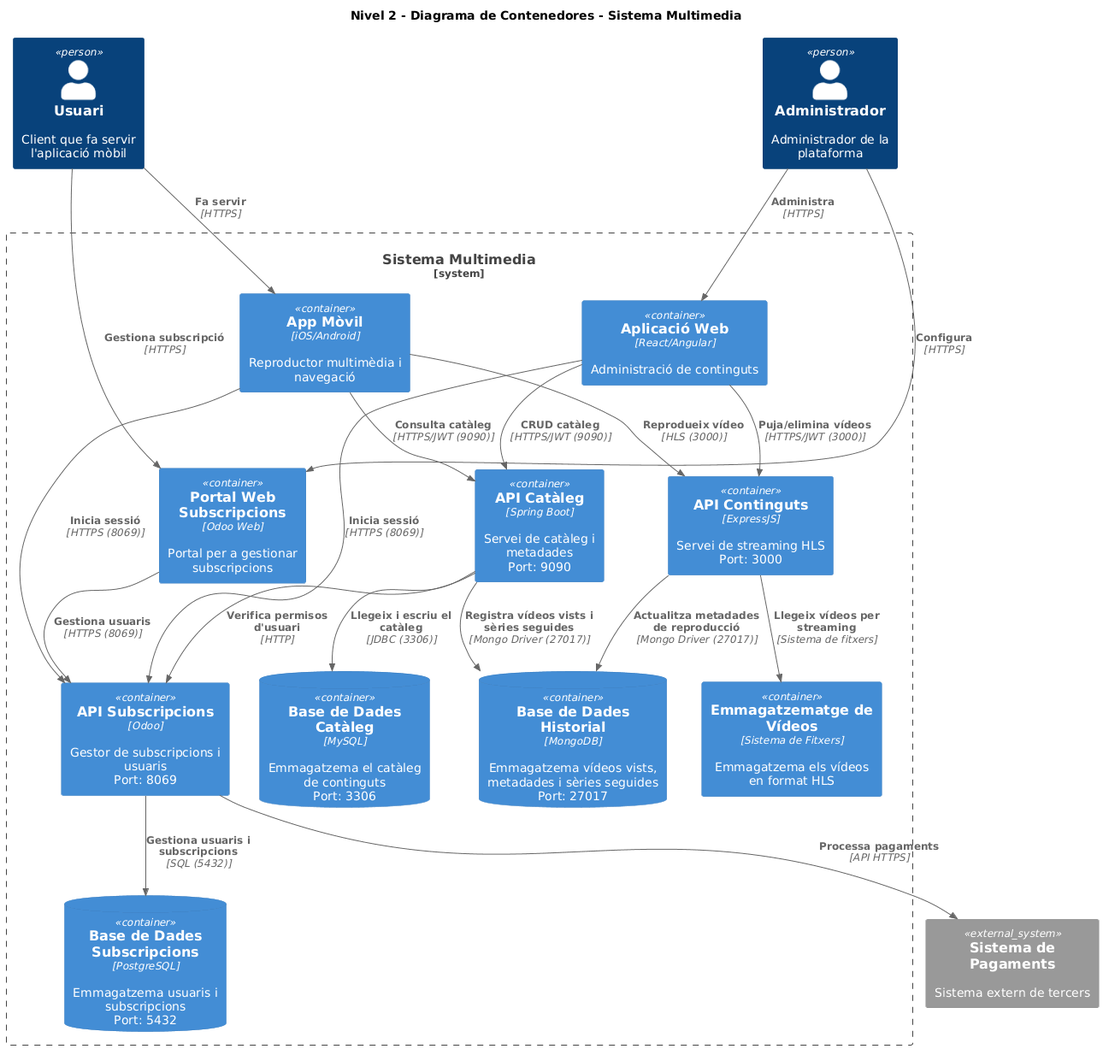
Earlier version of the PlantUML export Sprint1/Diagramas C4/C4-2.png (jonimax11000/ProjecteIntermodular). The source it was exported from:
```plantuml
@startuml
!include <C4/C4_Container>

title Nivel 2 - Diagrama de Contenedores - Sistema Multimedia

Person(usuari, "Usuari", "Client que fa servir l'aplicació mòbil")
Person(administrador, "Administrador", "Administrador de la plataforma")

System_Boundary(sistema_multimedia, "Sistema Multimedia") {
    Container(app_movil, "App Mòvil", "iOS/Android", "Reproductor multimèdia i navegació")
    Container(aplicacio_web, "Aplicació Web", "React/Angular", "Administració de continguts")
    Container(portal_web, "Portal Web Subscripcions", "Odoo Web", "Portal per a gestionar subscripcions")

    Container(api_cataleg, "API Catàleg", "Spring Boot", "Servei de catàleg i metadades\nPort: 9090")
    Container(api_continguts, "API Continguts", "ExpressJS", "Servei de streaming HLS\nPort: 3000")
    Container(api_subscripcions, "API Subscripcions", "Odoo", "Gestor de subscripcions i usuaris\nPort: 8069")

    ContainerDb(mysql_db, "Base de Dades Catàleg", "MySQL", "Emmagatzema el catàleg de continguts\nPort: 3306")
    ContainerDb(postgres_db, "Base de Dades Subscripcions", "PostgreSQL", "Emmagatzema usuaris i subscripcions\nPort: 5432")
    ContainerDb(mongodb_db, "Base de Dades Historial", "MongoDB", "Emmagatzema vídeos vists, metadades i sèries seguides\nPort: 27017")

    Container(internal_videos, "Emmagatzematge de Vídeos", "Sistema de Fitxers", "Emmagatzema els vídeos en format HLS")
}

System_Ext(sistema_pagaments, "Sistema de Pagaments", "Sistema extern de tercers")

Rel(usuari, app_movil, "Fa servir", "HTTPS")
Rel(usuari, portal_web, "Gestiona subscripció", "HTTPS")
Rel(administrador, aplicacio_web, "Administra", "HTTPS")
Rel(administrador, portal_web, "Configura", "HTTPS")

Rel(app_movil, api_cataleg, "Consulta catàleg", "HTTPS/JWT (9090)")
Rel(app_movil, api_continguts, "Reprodueix vídeo", "HLS (3000)")
Rel(app_movil, api_subscripcions, "Inicia sessió", "HTTPS (8069)")

Rel(aplicacio_web, api_cataleg, "CRUD catàleg", "HTTPS/JWT (9090)")
Rel(aplicacio_web, api_continguts, "Puja/elimina vídeos", "HTTPS/JWT (3000)")
Rel(aplicacio_web, api_subscripcions, "Inicia sessió", "HTTPS (8069)")

Rel(portal_web, api_subscripcions, "Gestiona usuaris", "HTTPS (8069)")

Rel(api_cataleg, mysql_db, "Llegeix i escriu el catàleg", "JDBC (3306)")
Rel(api_cataleg, mongodb_db, "Registra vídeos vists i sèries seguides", "Mongo Driver (27017)")

Rel(api_continguts, internal_videos, "Llegeix vídeos per streaming", "Sistema de fitxers")
Rel(api_continguts, mongodb_db, "Actualitza metadades de reproducció", "Mongo Driver (27017)")

Rel(api_subscripcions, postgres_db, "Gestiona usuaris i subscripcions", "SQL (5432)")
Rel(api_subscripcions, sistema_pagaments, "Processa pagaments", "API HTTPS")

Rel(api_cataleg, api_subscripcions, "Verifica permisos d'usuari", "HTTP")
@enduml
```
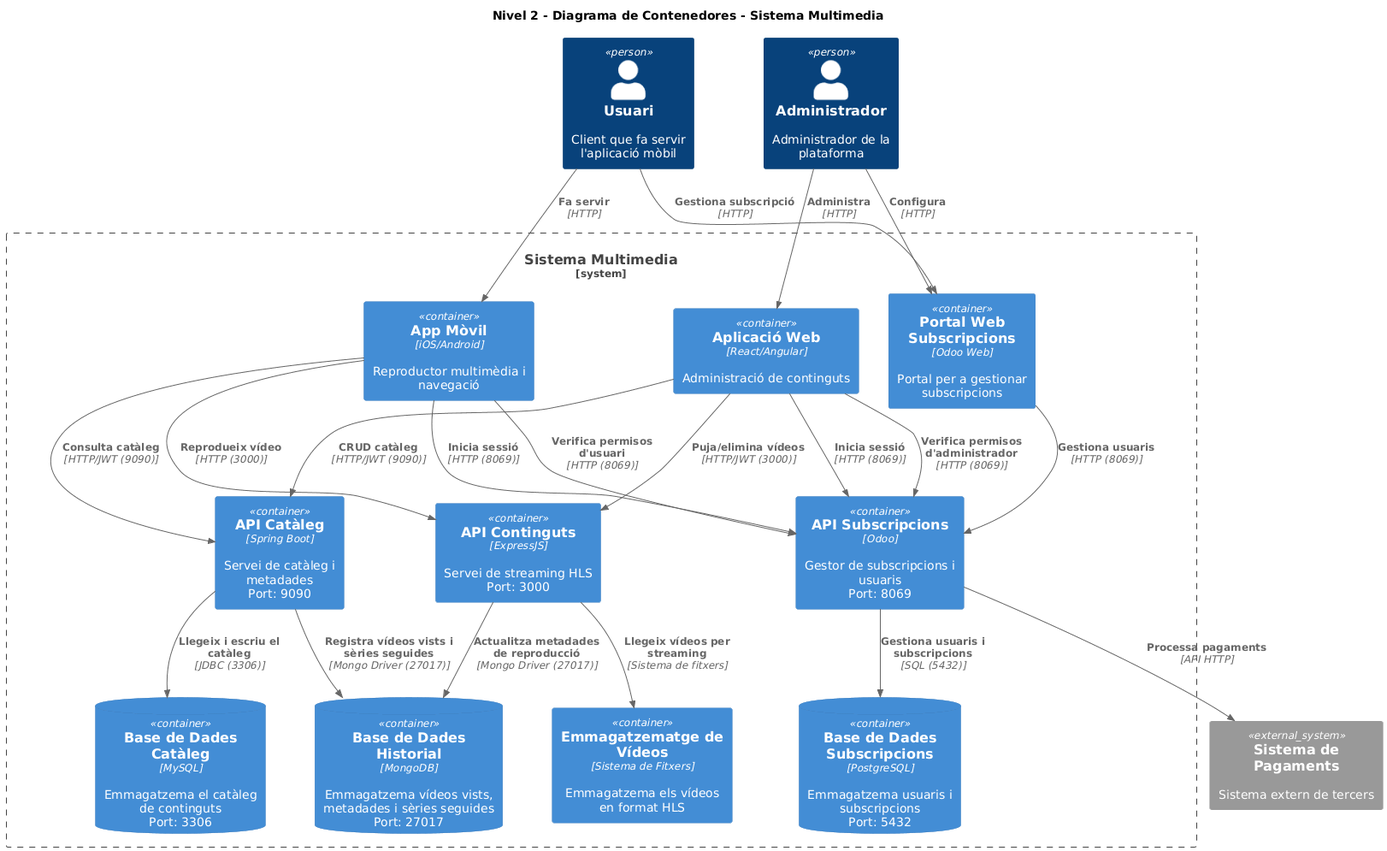
The same file after the commit.

Commit message:
modificación diagrama C4 nivel 2

Diff of the diagram source:
```diff
@@ -24,20 +24,20 @@
 
 System_Ext(sistema_pagaments, "Sistema de Pagaments", "Sistema extern de tercers")
 
-Rel(usuari, app_movil, "Fa servir", "HTTPS")
-Rel(usuari, portal_web, "Gestiona subscripció", "HTTPS")
-Rel(administrador, aplicacio_web, "Administra", "HTTPS")
-Rel(administrador, portal_web, "Configura", "HTTPS")
+Rel(usuari, app_movil, "Fa servir", "HTTP")
+Rel(usuari, portal_web, "Gestiona subscripció", "HTTP")
+Rel(administrador, aplicacio_web, "Administra", "HTTP")
+Rel(administrador, portal_web, "Configura", "HTTP")
 
-Rel(app_movil, api_cataleg, "Consulta catàleg", "HTTPS/JWT (9090)")
-Rel(app_movil, api_continguts, "Reprodueix vídeo", "HLS (3000)")
-Rel(app_movil, api_subscripcions, "Inicia sessió", "HTTPS (8069)")
+Rel(app_movil, api_cataleg, "Consulta catàleg", "HTTP/JWT (9090)")
+Rel(app_movil, api_continguts, "Reprodueix vídeo", "HTTP (3000)")
+Rel(app_movil, api_subscripcions, "Inicia sessió", "HTTP (8069)")
 
-Rel(aplicacio_web, api_cataleg, "CRUD catàleg", "HTTPS/JWT (9090)")
-Rel(aplicacio_web, api_continguts, "Puja/elimina vídeos", "HTTPS/JWT (3000)")
-Rel(aplicacio_web, api_subscripcions, "Inicia sessió", "HTTPS (8069)")
+Rel(aplicacio_web, api_cataleg, "CRUD catàleg", "HTTP/JWT (9090)")
+Rel(aplicacio_web, api_continguts, "Puja/elimina vídeos", "HTTP/JWT (3000)")
+Rel(aplicacio_web, api_subscripcions, "Inicia sessió", "HTTP (8069)")
 
-Rel(portal_web, api_subscripcions, "Gestiona usuaris", "HTTPS (8069)")
+Rel(portal_web, api_subscripcions, "Gestiona usuaris", "HTTP (8069)")
 
 Rel(api_cataleg, mysql_db, "Llegeix i escriu el catàleg", "JDBC (3306)")
 Rel(api_cataleg, mongodb_db, "Registra vídeos vists i sèries seguides", "Mongo Driver (27017)")
@@ -46,7 +46,8 @@
 Rel(api_continguts, mongodb_db, "Actualitza metadades de reproducció", "Mongo Driver (27017)")
 
 Rel(api_subscripcions, postgres_db, "Gestiona usuaris i subscripcions", "SQL (5432)")
-Rel(api_subscripcions, sistema_pagaments, "Processa pagaments", "API HTTPS")
+Rel(api_subscripcions, sistema_pagaments, "Processa pagaments", "API HTTP")
 
-Rel(api_cataleg, api_subscripcions, "Verifica permisos d'usuari", "HTTP")
+Rel(app_movil, api_subscripcions, "Verifica permisos d'usuari", "HTTP (8069)")
+Rel(aplicacio_web, api_subscripcions, "Verifica permisos d'administrador", "HTTP (8069)")
 @enduml
```
